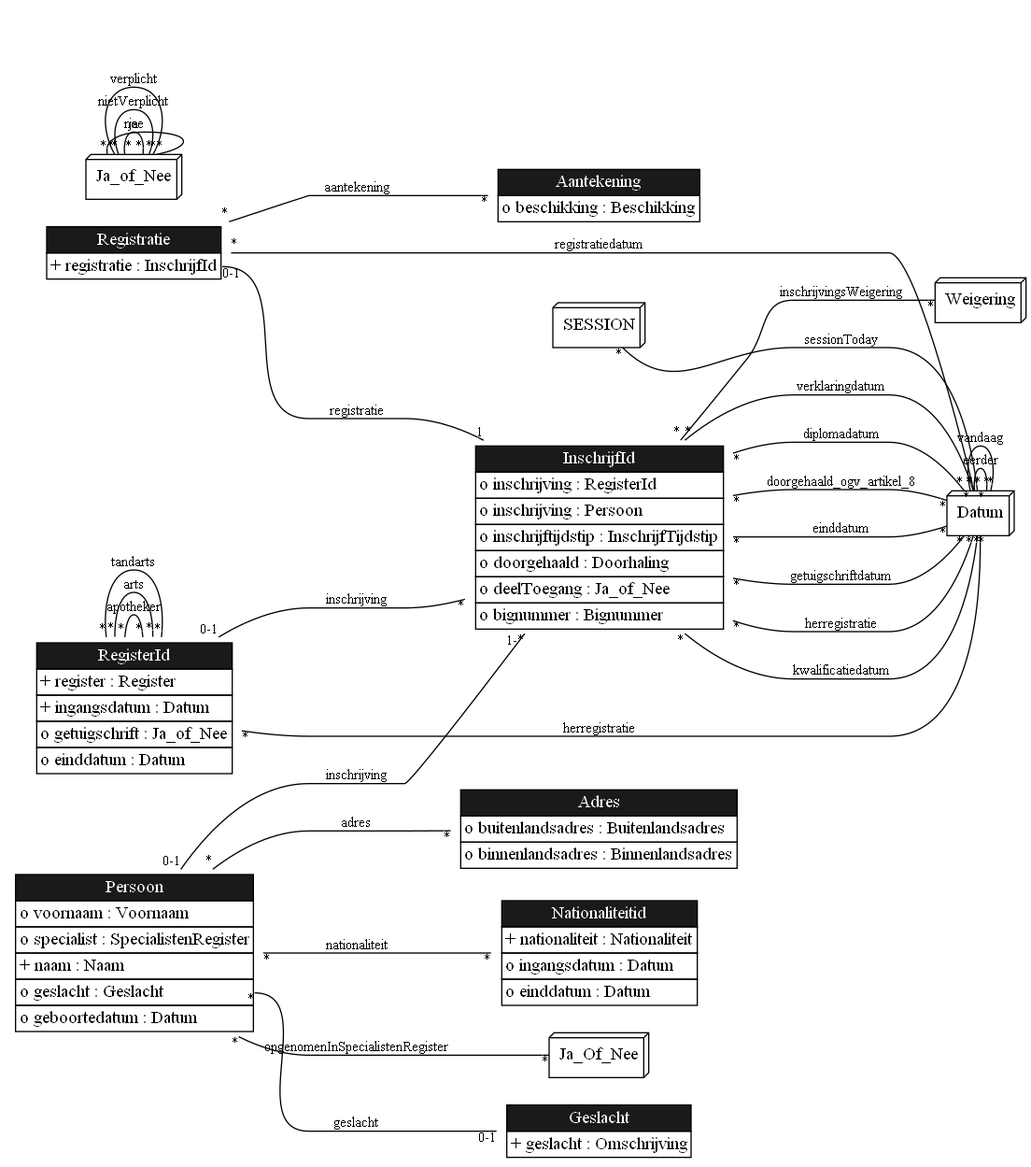
Before: docs/images/LogicalDataModel.png, a diagram exported from Graphviz (gedelaar/BIG). Its source is kept beside it as docs/images/LogicalDataModel.gv. Source of this version:
```dot
digraph {
	graph [bgcolor=white,
		rankdir=LR
	];
	node [label="\N"];
	edge [fontsize=11,
		minlen=4
	];
	Aantekening	[color=purple,
		label=<<TABLE BGCOLOR="white" COLOR="black" BORDER="0" CELLBORDER="1" CELLSPACING="0"><TR><TD BGCOLOR="gray10" COLOR="black"><FONT COLOR="white">Aantekening</FONT></TD></TR><TR><TD ALIGN="LEFT" PORT="beschikking">o beschikking : Beschikking</TD></TR></TABLE>>,
		shape=plaintext];
	Adres	[color=purple,
		label=<<TABLE BGCOLOR="white" COLOR="black" BORDER="0" CELLBORDER="1" CELLSPACING="0"><TR><TD BGCOLOR="gray10" COLOR="black"><FONT COLOR="white">Adres</FONT></TD></TR><TR><TD ALIGN="LEFT" PORT="buitenlandsadres">o buitenlandsadres : Buitenlandsadres</TD></TR><TR><TD ALIGN="LEFT" PORT="binnenlandsadres">o binnenlandsadres : Binnenlandsadres</TD></TR></TABLE>>,
		shape=plaintext];
	Geslacht	[color=purple,
		label=<<TABLE BGCOLOR="white" COLOR="black" BORDER="0" CELLBORDER="1" CELLSPACING="0"><TR><TD BGCOLOR="gray10" COLOR="black"><FONT COLOR="white">Geslacht</FONT></TD></TR><TR><TD ALIGN="LEFT" PORT="geslacht">+ geslacht : Omschrijving</TD></TR></TABLE>>,
		shape=plaintext];
	InschrijfId	[color=purple,
		label=<<TABLE BGCOLOR="white" COLOR="black" BORDER="0" CELLBORDER="1" CELLSPACING="0"><TR><TD BGCOLOR="gray10" COLOR="black"><FONT COLOR="white">InschrijfId</FONT></TD></TR><TR><TD ALIGN="LEFT" PORT="inschrijving">o inschrijving : RegisterId</TD></TR><TR><TD ALIGN="LEFT" PORT="inschrijving">o inschrijving : Persoon</TD></TR><TR><TD ALIGN="LEFT" PORT="inschrijftijdstip">o inschrijftijdstip : InschrijfTijdstip</TD></TR><TR><TD ALIGN="LEFT" PORT="doorgehaald">o doorgehaald : Doorhaling</TD></TR><TR><TD ALIGN="LEFT" PORT="deelToegang">o deelToegang : Ja_of_Nee</TD></TR><TR><TD ALIGN="LEFT" PORT="bignummer">o bignummer : Bignummer</TD></TR></TABLE>>,
		shape=plaintext];
	Datum	[label=Datum,
		shape=box3d];
	InschrijfId:diplomadatum -> Datum	[arrowhead=onone,
		headlabel="*",
		label=diplomadatum,
		labelfloat=true,
		taillabel="*"];
	InschrijfId:doorgehaald_ogv_artikel_8 -> Datum	[arrowhead=onone,
		headlabel="*",
		label=doorgehaald_ogv_artikel_8,
		labelfloat=true,
		taillabel="*"];
	InschrijfId:einddatum -> Datum	[arrowhead=onone,
		headlabel="*",
		label=einddatum,
		labelfloat=true,
		taillabel="*"];
	InschrijfId:getuigschriftdatum -> Datum	[arrowhead=onone,
		headlabel="*",
		label=getuigschriftdatum,
		labelfloat=true,
		taillabel="*"];
	InschrijfId:herregistratie -> Datum	[arrowhead=onone,
		headlabel="*",
		label=herregistratie,
		labelfloat=true,
		taillabel="*"];
	InschrijfId:kwalificatiedatum -> Datum	[arrowhead=onone,
		headlabel="*",
		label=kwalificatiedatum,
		labelfloat=true,
		taillabel="*"];
	InschrijfId:verklaringdatum -> Datum	[arrowhead=onone,
		headlabel="*",
		label=verklaringdatum,
		labelfloat=true,
		taillabel="*"];
	Weigering	[label=Weigering,
		shape=box3d];
	InschrijfId:inschrijvingsWeigering -> Weigering	[arrowhead=onone,
		headlabel="*",
		label=inschrijvingsWeigering,
		labelfloat=true,
		taillabel="*"];
	Nationaliteitid	[color=purple,
		label=<<TABLE BGCOLOR="white" COLOR="black" BORDER="0" CELLBORDER="1" CELLSPACING="0"><TR><TD BGCOLOR="gray10" COLOR="black"><FONT COLOR="white">Nationaliteitid</FONT></TD></TR><TR><TD ALIGN="LEFT" PORT="nationaliteit">+ nationaliteit : Nationaliteit</TD></TR><TR><TD ALIGN="LEFT" PORT="ingangsdatum">o ingangsdatum : Datum</TD></TR><TR><TD ALIGN="LEFT" PORT="einddatum">o einddatum : Datum</TD></TR></TABLE>>,
		shape=plaintext];
	Persoon	[color=purple,
		label=<<TABLE BGCOLOR="white" COLOR="black" BORDER="0" CELLBORDER="1" CELLSPACING="0"><TR><TD BGCOLOR="gray10" COLOR="black"><FONT COLOR="white">Persoon</FONT></TD></TR><TR><TD ALIGN="LEFT" PORT="voornaam">o voornaam : Voornaam</TD></TR><TR><TD ALIGN="LEFT" PORT="specialist">o specialist : SpecialistenRegister</TD></TR><TR><TD ALIGN="LEFT" PORT="naam">+ naam : Naam</TD></TR><TR><TD ALIGN="LEFT" PORT="geslacht">o geslacht : Geslacht</TD></TR><TR><TD ALIGN="LEFT" PORT="geboortedatum">o geboortedatum : Datum</TD></TR></TABLE>>,
		shape=plaintext];
	Persoon:adres -> Adres	[arrowhead=onone,
		headlabel="*",
		label=adres,
		labelfloat=true,
		taillabel="*"];
	Persoon:geslacht -> Geslacht	[arrowhead=onone,
		headlabel="0-1",
		label=geslacht,
		labelfloat=true,
		taillabel="*"];
	Persoon:inschrijving -> InschrijfId	[arrowhead=onone,
		headlabel="1-*",
		label=inschrijving,
		labelfloat=true,
		taillabel="0-1"];
	Persoon:nationaliteit -> Nationaliteitid	[arrowhead=onone,
		headlabel="*",
		label=nationaliteit,
		labelfloat=true,
		taillabel="*"];
	Ja_Of_Nee	[label=Ja_Of_Nee,
		shape=box3d];
	Persoon:opgenomenInSpecialistenRegister -> Ja_Of_Nee	[arrowhead=onone,
		headlabel="*",
		label=opgenomenInSpecialistenRegister,
		labelfloat=true,
		taillabel="*"];
	RegisterId	[color=purple,
		label=<<TABLE BGCOLOR="white" COLOR="black" BORDER="0" CELLBORDER="1" CELLSPACING="0"><TR><TD BGCOLOR="gray10" COLOR="black"><FONT COLOR="white">RegisterId</FONT></TD></TR><TR><TD ALIGN="LEFT" PORT="register">+ register : Register</TD></TR><TR><TD ALIGN="LEFT" PORT="ingangsdatum">+ ingangsdatum : Datum</TD></TR><TR><TD ALIGN="LEFT" PORT="getuigschrift">o getuigschrift : Ja_of_Nee</TD></TR><TR><TD ALIGN="LEFT" PORT="einddatum">o einddatum : Datum</TD></TR></TABLE>>,
		shape=plaintext];
	RegisterId:inschrijving -> InschrijfId	[arrowhead=onone,
		headlabel="*",
		label=inschrijving,
		labelfloat=true,
		taillabel="0-1"];
	RegisterId:apotheker -> RegisterId	[arrowhead=onone,
		headlabel="*",
		label=apotheker,
		labelfloat=true,
		taillabel="*"];
	RegisterId:arts -> RegisterId	[arrowhead=onone,
		headlabel="*",
		label=arts,
		labelfloat=true,
		taillabel="*"];
	RegisterId:tandarts -> RegisterId	[arrowhead=onone,
		headlabel="*",
		label=tandarts,
		labelfloat=true,
		taillabel="*"];
	RegisterId:herregistratie -> Datum	[arrowhead=onone,
		headlabel="*",
		label=herregistratie,
		labelfloat=true,
		taillabel="*"];
	Registratie	[color=purple,
		label=<<TABLE BGCOLOR="white" COLOR="black" BORDER="0" CELLBORDER="1" CELLSPACING="0"><TR><TD BGCOLOR="gray10" COLOR="black"><FONT COLOR="white">Registratie</FONT></TD></TR><TR><TD ALIGN="LEFT" PORT="registratie">+ registratie : InschrijfId</TD></TR></TABLE>>,
		shape=plaintext];
	Registratie:aantekening -> Aantekening	[arrowhead=onone,
		headlabel="*",
		label=aantekening,
		labelfloat=true,
		taillabel="*"];
	Registratie:registratie -> InschrijfId	[arrowhead=onone,
		headlabel=1,
		label=registratie,
		labelfloat=true,
		taillabel="0-1"];
	Registratie:registratiedatum -> Datum	[arrowhead=onone,
		headlabel="*",
		label=registratiedatum,
		labelfloat=true,
		taillabel="*"];
	Datum:eerder -> Datum	[arrowhead=onone,
		headlabel="*",
		label=eerder,
		labelfloat=true,
		taillabel="*"];
	Datum:vandaag -> Datum	[arrowhead=onone,
		headlabel="*",
		label=vandaag,
		labelfloat=true,
		taillabel="*"];
	Ja_of_Nee	[label=Ja_of_Nee,
		shape=box3d];
	Ja_of_Nee:ja -> Ja_of_Nee	[arrowhead=onone,
		headlabel="*",
		label=ja,
		labelfloat=true,
		taillabel="*"];
	Ja_of_Nee:nee -> Ja_of_Nee	[arrowhead=onone,
		headlabel="*",
		label=nee,
		labelfloat=true,
		taillabel="*"];
	Ja_of_Nee:nietVerplicht -> Ja_of_Nee	[arrowhead=onone,
		headlabel="*",
		label=nietVerplicht,
		labelfloat=true,
		taillabel="*"];
	Ja_of_Nee:verplicht -> Ja_of_Nee	[arrowhead=onone,
		headlabel="*",
		label=verplicht,
		labelfloat=true,
		taillabel="*"];
	SESSION	[label=SESSION,
		shape=box3d];
	SESSION:sessionToday -> Datum	[arrowhead=onone,
		headlabel="*",
		label=sessionToday,
		labelfloat=true,
		taillabel="*"];
}
```
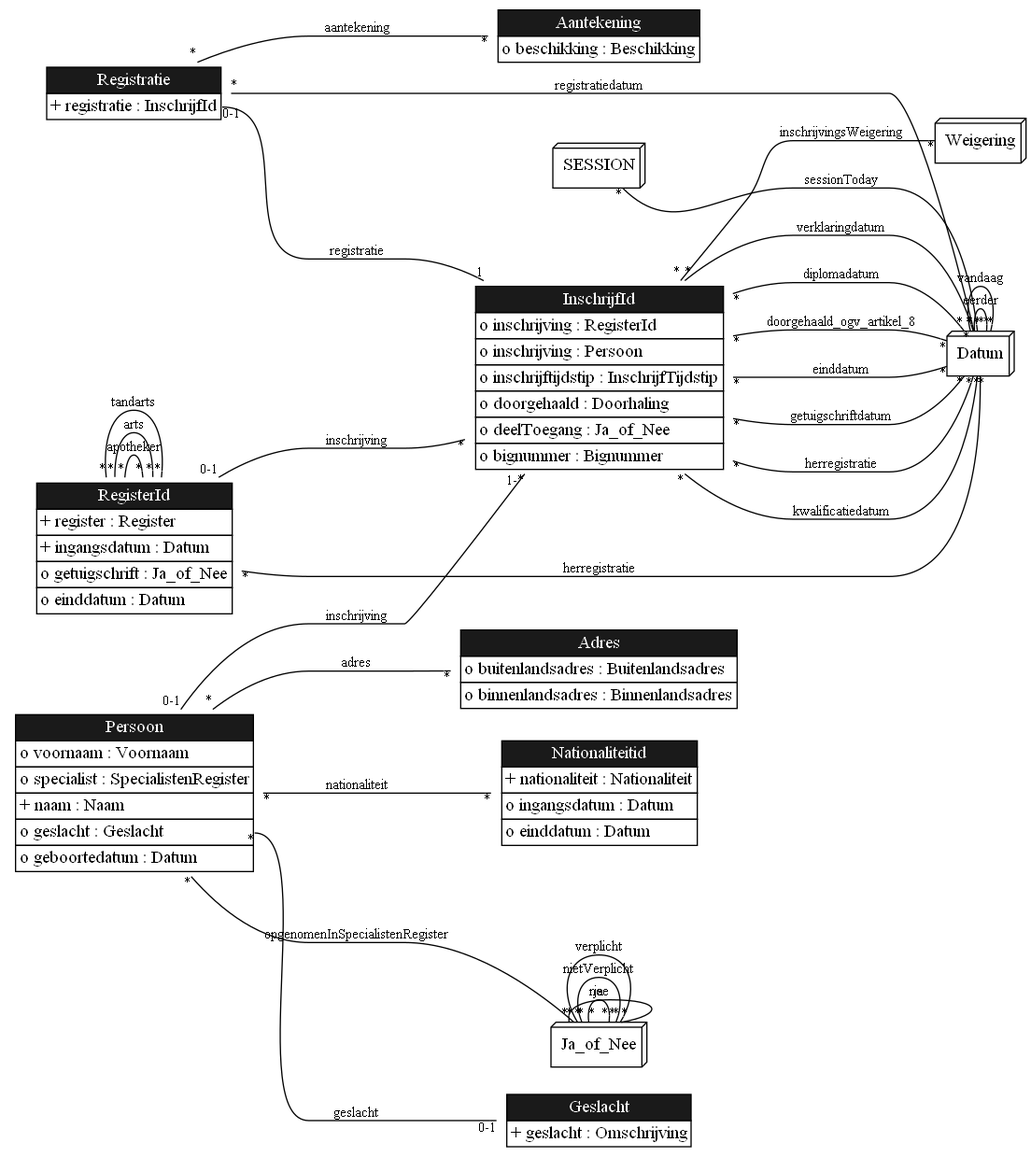
Later version of the same file.

The edit, as a diff of the source:
```diff
@@ -88,9 +88,9 @@
 		label=nationaliteit,
 		labelfloat=true,
 		taillabel="*"];
-	Ja_Of_Nee	[label=Ja_Of_Nee,
+	Ja_of_Nee	[label=Ja_of_Nee,
 		shape=box3d];
-	Persoon:opgenomenInSpecialistenRegister -> Ja_Of_Nee	[arrowhead=onone,
+	Persoon:opgenomenInSpecialistenRegister -> Ja_of_Nee	[arrowhead=onone,
 		headlabel="*",
 		label=opgenomenInSpecialistenRegister,
 		labelfloat=true,
@@ -151,8 +151,6 @@
 		label=vandaag,
 		labelfloat=true,
 		taillabel="*"];
-	Ja_of_Nee	[label=Ja_of_Nee,
-		shape=box3d];
 	Ja_of_Nee:ja -> Ja_of_Nee	[arrowhead=onone,
 		headlabel="*",
 		label=ja,
```
